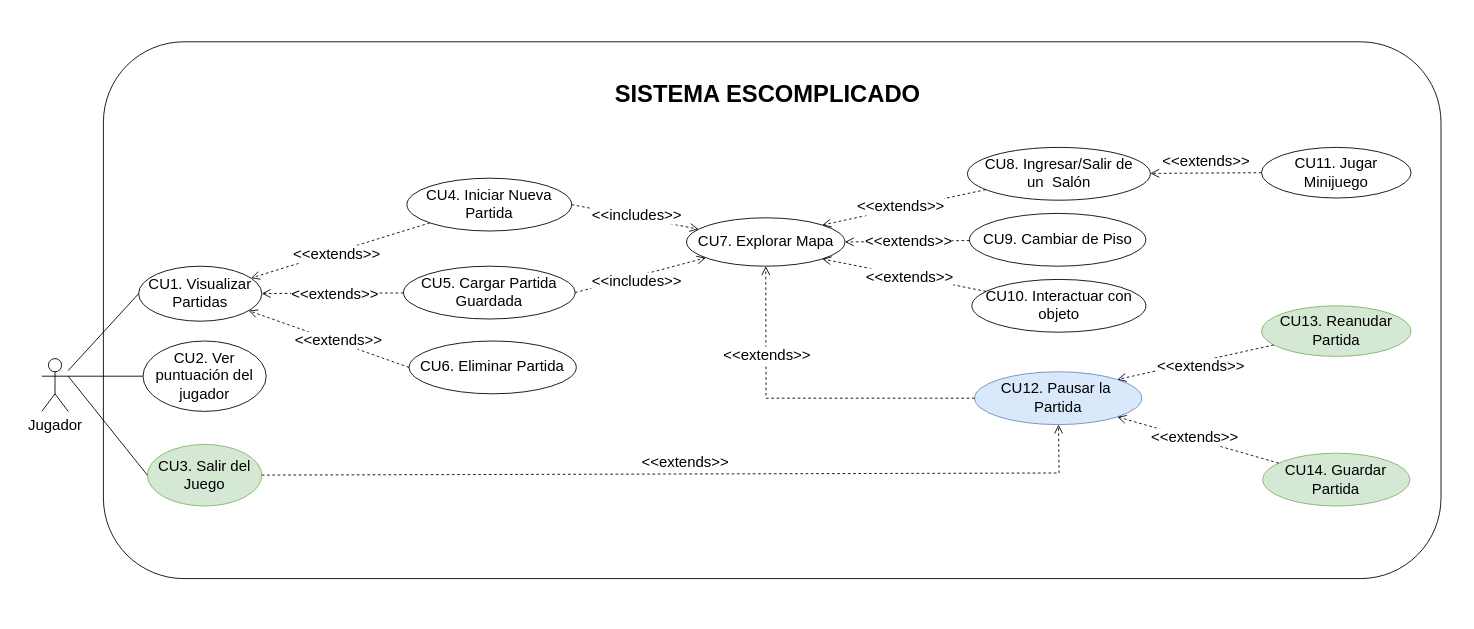
Earlier version of the draw.io diagram Diagrams/casos-de-uso.drawio (bdominguez99/Escomplicado). Source tidied: cells renumbered, new cells numbered last; positions are measured from the earlier drawing's top-left corner, leaving out a move shared by most shapes. Both pictures are drawn from the tidied source at 88%, with x=0, y=0 at pixel (15, 15).
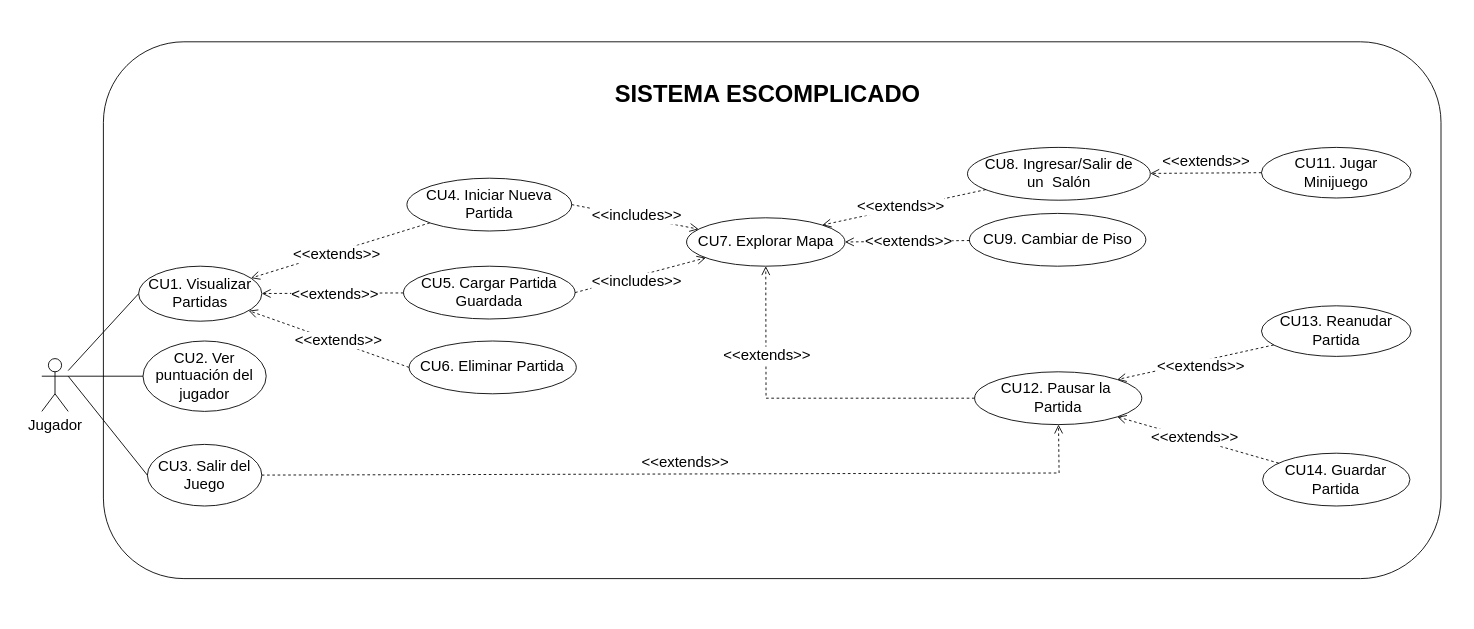
The same diagram, later.

The change refers to these unchanged cells:
```xml
<mxCell id="17" value="CU7. Explorar Mapa" style="ellipse;whiteSpace=wrap;html=1;fontSize=17;" parent="1" vertex="1">
  <mxGeometry x="762.7" y="230" width="180" height="55" as="geometry" />
</mxCell>
```

Diff of the diagram source:
```diff
@@
-    <mxCell id="6" value="CU3. Salir del Juego" style="ellipse;whiteSpace=wrap;html=1;fontSize=17;fillColor=#d5e8d4;strokeColor=#82b366;" parent="1" vertex="1">
+    <mxCell id="6" value="CU3. Salir del Juego" style="ellipse;whiteSpace=wrap;html=1;fontSize=17;fillColor=#FFFFFF;strokeColor=#000000;" parent="1" vertex="1">
       <mxGeometry x="150" y="487.5" width="130" height="70" as="geometry" />
     </mxCell>
@@
-    <mxCell id="12" value="CU12. Pausar la&amp;nbsp; Partida" style="ellipse;whiteSpace=wrap;html=1;fontSize=17;fillColor=#dae8fc;strokeColor=#6c8ebf;" parent="1" vertex="1">
+    <mxCell id="12" value="CU12. Pausar la&amp;nbsp; Partida" style="ellipse;whiteSpace=wrap;html=1;fontSize=17;fillColor=#FFFFFF;strokeColor=#000000;" parent="1" vertex="1">
       <mxGeometry x="1090" y="405" width="190" height="60" as="geometry" />
     </mxCell>
-    <mxCell id="13" value="CU13. Reanudar Partida" style="ellipse;whiteSpace=wrap;html=1;fontSize=17;fillColor=#d5e8d4;strokeColor=#82b366;" parent="1" vertex="1">
+    <mxCell id="13" value="CU13. Reanudar Partida" style="ellipse;whiteSpace=wrap;html=1;fontSize=17;fillColor=#FFFFFF;strokeColor=#000000;" parent="1" vertex="1">
       <mxGeometry x="1416" y="330" width="170" height="57.5" as="geometry" />
     </mxCell>
-    <mxCell id="14" value="CU14. Guardar Partida" style="ellipse;whiteSpace=wrap;html=1;fontSize=17;fillColor=#d5e8d4;strokeColor=#82b366;" parent="1" vertex="1">
+    <mxCell id="14" value="CU14. Guardar Partida" style="ellipse;whiteSpace=wrap;html=1;fontSize=17;fillColor=#FFFFFF;strokeColor=#000000;" parent="1" vertex="1">
       <mxGeometry x="1417.3" y="497.5" width="167.4" height="60" as="geometry" />
     </mxCell>
@@
-    <mxCell id="29" value="CU10. Interactuar con objeto" style="ellipse;whiteSpace=wrap;html=1;fontSize=17;" parent="1" vertex="1">
-      <mxGeometry x="1086.9" y="300" width="197.8" height="60" as="geometry" />
-    </mxCell>
@@
-    <mxCell id="32" value="&amp;lt;&amp;lt;extends&amp;gt;&amp;gt;" style="html=1;verticalAlign=bottom;endArrow=open;dashed=1;endSize=8;rounded=0;fontSize=17;entryX=1;entryY=1;entryDx=0;entryDy=0;" parent="1" edge="1" source="29" target="17">
-      <mxGeometry x="-0.09" y="13" relative="1" as="geometry" />
-    </mxCell>
```
